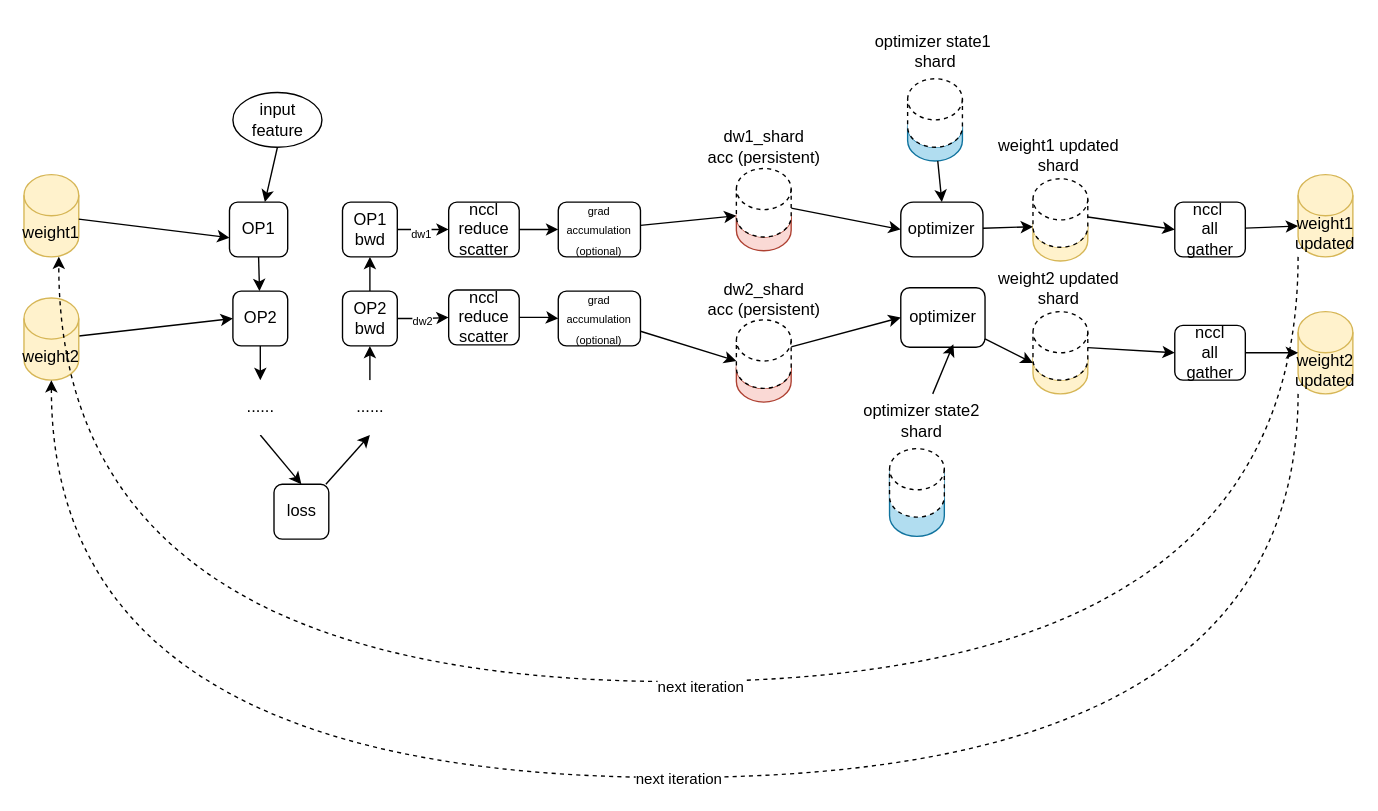
This is zero2.drawio from thereAreDemonsNearby/DynamoRIOAndDrCCTProfNotes, a draw.io file, before an edit. Source tidied: cells renumbered, new cells numbered last; positions are measured from the earlier drawing's top-left corner, leaving out a move shared by most shapes. Both pictures are drawn from the tidied source at 137%, with x=0, y=0 at pixel (23, 23).
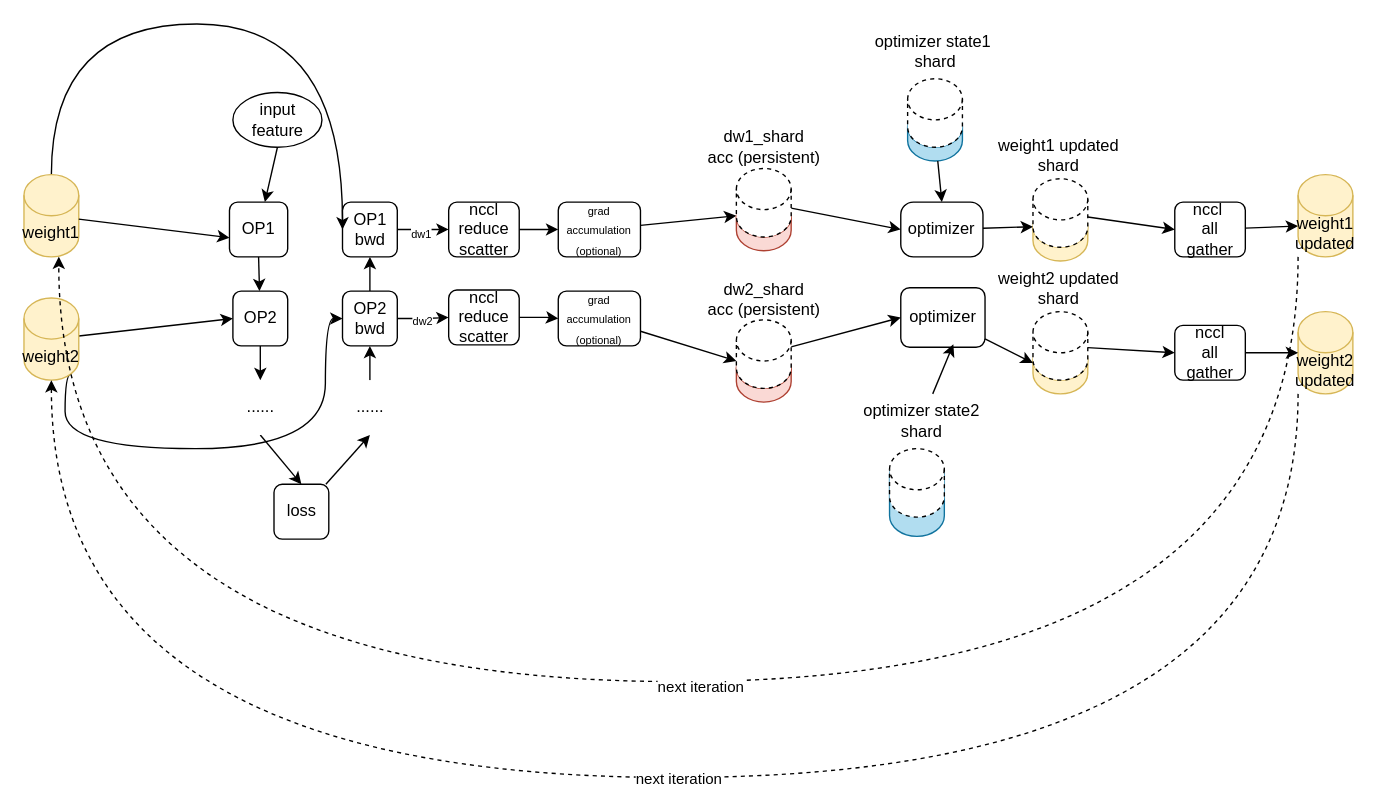
After the change.

Unchanged cells that the change refers to:
```xml
<mxCell id="14" value="&lt;div&gt;OP2&lt;/div&gt;&lt;div&gt;bwd&lt;/div&gt;" style="rounded=1;whiteSpace=wrap;html=1;" parent="1" vertex="1">
  <mxGeometry x="232.5" y="195" width="40" height="40" as="geometry" />
</mxCell>
<mxCell id="17" value="&lt;div&gt;OP1&lt;/div&gt;&lt;div&gt;bwd&lt;/div&gt;" style="rounded=1;whiteSpace=wrap;html=1;" parent="1" vertex="1">
  <mxGeometry x="232.5" y="130" width="40" height="40" as="geometry" />
</mxCell>
<mxCell id="31" value="weight1" style="shape=cylinder3;whiteSpace=wrap;html=1;boundedLbl=1;backgroundOutline=1;size=15;fillColor=#fff2cc;strokeColor=#d6b656;" parent="1" vertex="1">
  <mxGeometry y="110" width="40" height="60" as="geometry" />
</mxCell>
<mxCell id="33" value="weight2" style="shape=cylinder3;whiteSpace=wrap;html=1;boundedLbl=1;backgroundOutline=1;size=15;fillColor=#fff2cc;strokeColor=#d6b656;" parent="1" vertex="1">
  <mxGeometry y="200" width="40" height="60" as="geometry" />
</mxCell>
```

What changed in the source:
```diff
@@
+    <mxCell id="77" style="edgeStyle=orthogonalEdgeStyle;rounded=0;jettySize=auto;html=1;entryX=0;entryY=0.5;entryDx=0;entryDy=0;curved=1;" parent="1" edge="1" source="31" target="17">
+      <mxGeometry relative="1" as="geometry">
+        <Array as="points">
+          <mxPoint x="20" />
+          <mxPoint x="232" />
+        </Array>
+      </mxGeometry>
+    </mxCell>
@@
+    <mxCell id="78" style="edgeStyle=orthogonalEdgeStyle;rounded=0;jettySize=auto;html=1;curved=1;exitX=0.855;exitY=1;exitDx=0;exitDy=-4.35;exitPerimeter=0;" parent="1" edge="1" source="33" target="14">
+      <mxGeometry relative="1" as="geometry">
+        <Array as="points">
+          <mxPoint x="30" y="256" />
+          <mxPoint x="30" y="310" />
+          <mxPoint x="220" y="310" />
+          <mxPoint x="220" y="215" />
+        </Array>
+      </mxGeometry>
+    </mxCell>
```
